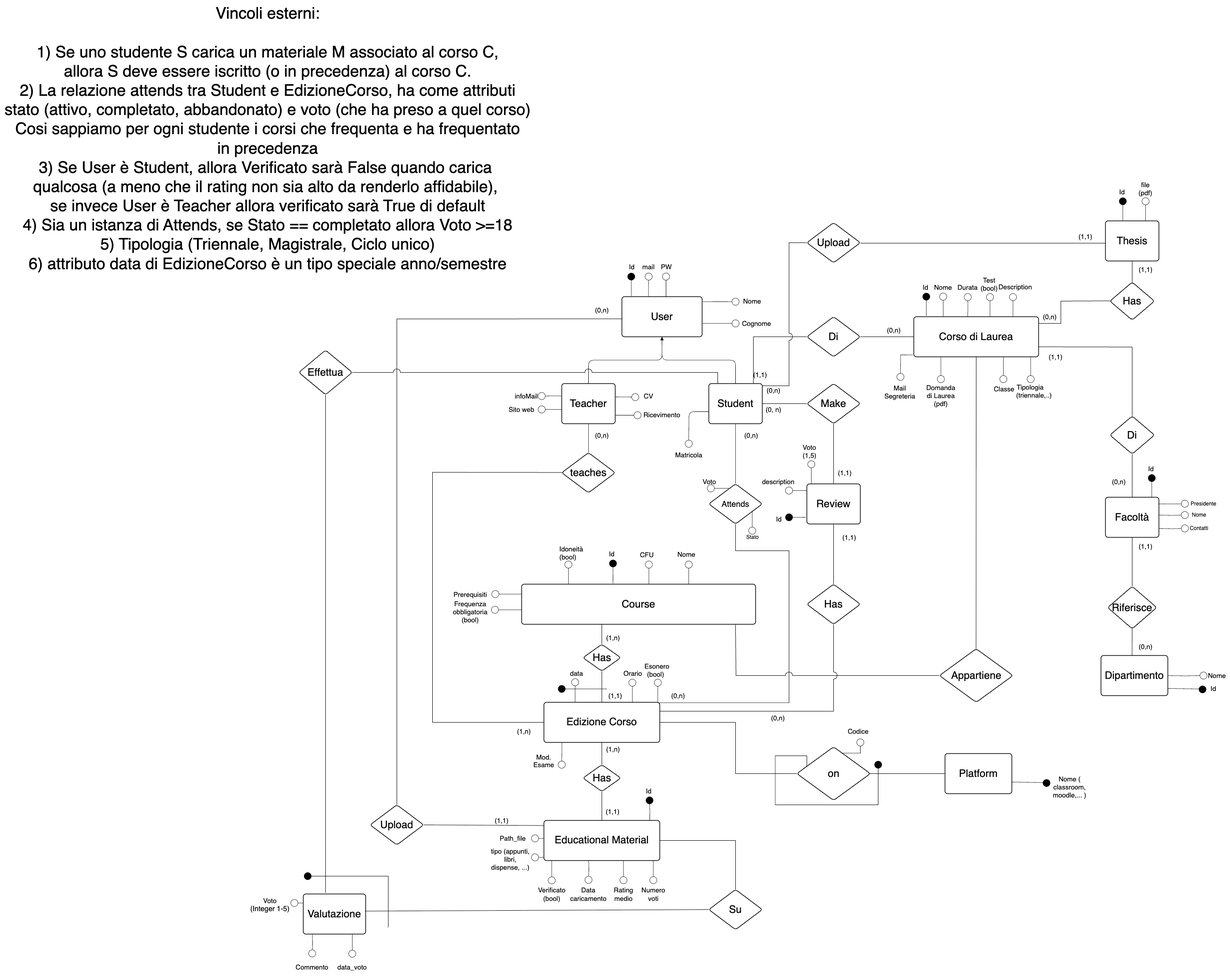
This is db/ER_FAQBuddy.drawio.png from prollyyes/faqbuddy, a draw.io export, as it was before one commit. Source tidied: cells renumbered, new cells last; positions are measured from the earlier drawing's top-left corner, leaving out a move shared by most shapes.
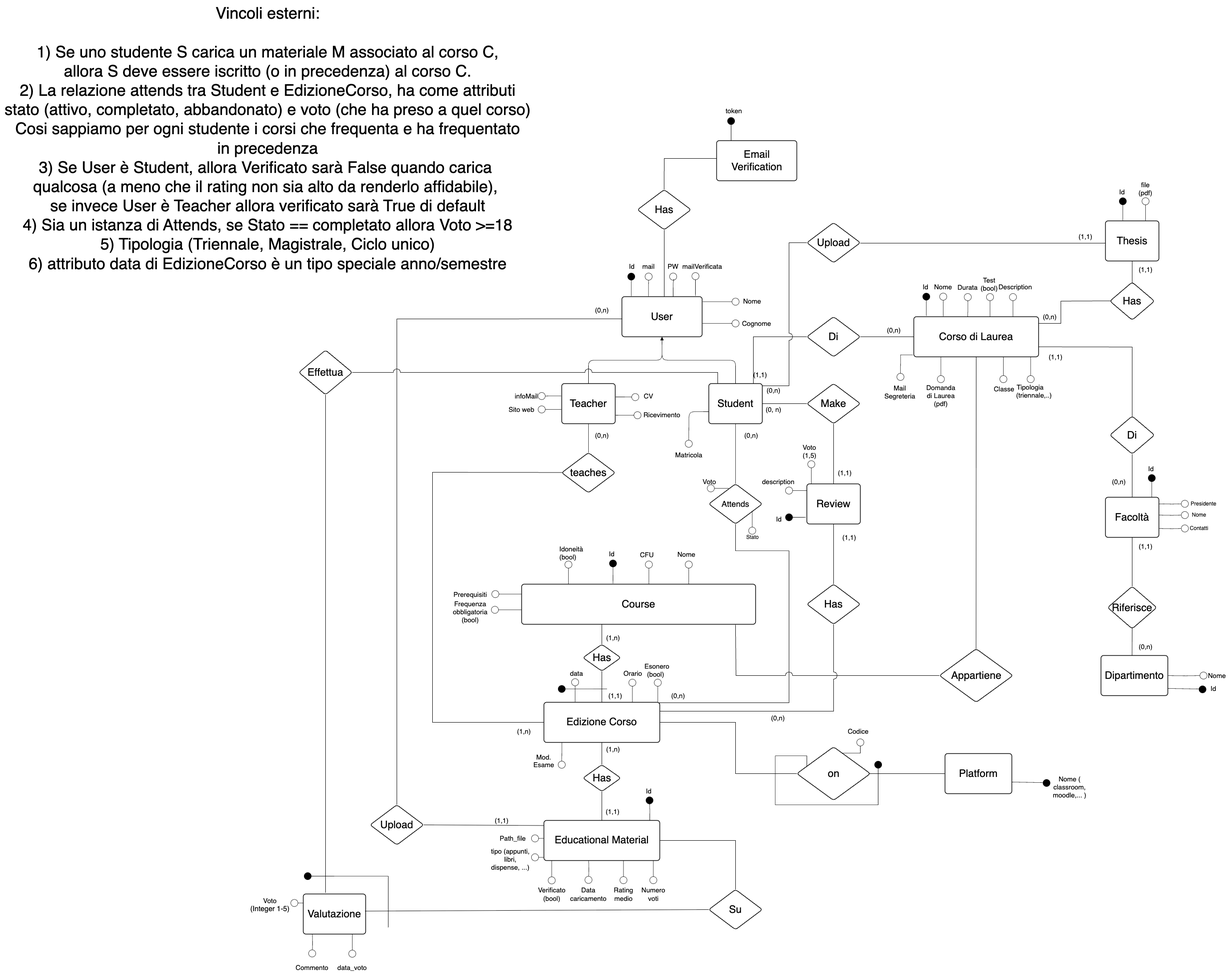
Above is the later version.

Commit message:
new schema to handle email verification

Diff of the diagram source:
```diff
@@ -23,9 +23,16 @@
         </Array>
       </mxGeometry>
     </mxCell>
-    <mxCell id="5" style="html=1;jettySize=18;whiteSpace=wrap;fontSize=13;strokeOpacity=100;strokeWidth=0.8;rounded=1;arcSize=24;edgeStyle=orthogonalEdgeStyle;startArrow=none;endArrow=oval;endFill=0;endSize=16;exitX=0.55;exitY=0;exitPerimeter=0;entryX=0.4;entryY=1;entryPerimeter=0;lucidId=c1bqEX3ZeHG9;" parent="1" edge="1" source="2">
+    <mxCell id="5" style="html=1;jettySize=18;whiteSpace=wrap;fontSize=13;strokeOpacity=100;strokeWidth=0.8;rounded=1;arcSize=24;edgeStyle=orthogonalEdgeStyle;startArrow=none;endArrow=oval;endFill=0;endSize=16;exitX=0.55;exitY=0;exitPerimeter=0;entryX=0.4;entryY=1;entryPerimeter=0;lucidId=c1bqEX3ZeHG9;" parent="1" edge="1">
       <mxGeometry relative="1" as="geometry">
-        <mxPoint x="1494" y="620" as="targetPoint" />
+        <mxPoint x="1510" y="665" as="sourcePoint" />
+        <mxPoint x="1510" y="620" as="targetPoint" />
+        <Array as="points">
+          <mxPoint x="1510" y="635" />
+          <mxPoint x="1511" y="635" />
+          <mxPoint x="1511" y="625" />
+          <mxPoint x="1510" y="625" />
+        </Array>
       </mxGeometry>
     </mxCell>
     <mxCell id="6" style="html=1;jettySize=18;whiteSpace=wrap;fontSize=13;strokeOpacity=100;strokeWidth=0.8;rounded=1;arcSize=24;edgeStyle=orthogonalEdgeStyle;startArrow=none;endArrow=oval;endFill=0;endSize=16;exitX=1.006;exitY=0.126;exitPerimeter=0;entryX=0;entryY=0.377;entryPerimeter=0;lucidId=N1bqKRTn9HOF;" parent="1" edge="1" source="2">
@@ -180,7 +187,7 @@
       <mxGeometry x="1440" y="587.5" width="30" height="20" as="geometry" />
     </mxCell>
     <mxCell id="38" value="PW" style="html=1;overflow=block;blockSpacing=1;whiteSpace=wrap;fontSize=15;align=center;spacing=0;strokeOpacity=100;rounded=1;absoluteArcSize=1;arcSize=12;strokeWidth=1.5;lucidId=m1bqlLSydU8O;strokeColor=none;" parent="1" vertex="1">
-      <mxGeometry x="1470" y="585" width="50" height="25" as="geometry" />
+      <mxGeometry x="1490" y="585" width="40" height="25" as="geometry" />
     </mxCell>
     <mxCell id="39" value="infoMail" style="html=1;overflow=block;blockSpacing=1;whiteSpace=wrap;fontSize=15;align=center;spacing=0;strokeOpacity=100;rounded=1;absoluteArcSize=1;arcSize=12;strokeWidth=1.5;lucidId=77bqSSzCinaC;strokeColor=none;" parent="1" vertex="1">
       <mxGeometry x="1155" y="873" width="30" height="30" as="geometry" />
@@ -903,5 +910,52 @@
         </Array>
       </mxGeometry>
     </mxCell>
+    <mxCell id="202" style="html=1;jettySize=18;whiteSpace=wrap;fontSize=13;strokeOpacity=100;strokeWidth=0.8;rounded=0;arcSize=24;edgeStyle=orthogonalEdgeStyle;startArrow=none;endArrow=oval;endFill=0;endSize=16;exitX=0.331;exitY=-0.012;exitPerimeter=0;lucidId=W0bqhnAk41Ox;curved=0;" parent="1" edge="1">
+      <mxGeometry relative="1" as="geometry">
+        <mxPoint x="1560" y="663" as="sourcePoint" />
+        <mxPoint x="1560" y="619" as="targetPoint" />
+        <Array as="points">
+          <mxPoint x="1560" y="642" />
+          <mxPoint x="1560" y="642" />
+        </Array>
+      </mxGeometry>
+    </mxCell>
+    <mxCell id="203" value="&lt;font style=&quot;font-size: 15px;&quot;&gt;mailVerificata&lt;/font&gt;" style="text;html=1;align=center;verticalAlign=middle;strokeColor=none;fillColor=none;" parent="1" vertex="1">
+      <mxGeometry x="1520" y="582.5" width="110" height="30" as="geometry" />
+    </mxCell>
+    <mxCell id="204" style="endArrow=none;html=1;rounded=0;exitX=0.5;exitY=0;exitDx=0;exitDy=0;" parent="1" edge="1">
+      <mxGeometry relative="1" as="geometry">
+        <mxPoint x="1490" y="665" as="sourcePoint" />
+        <mxPoint x="1490" y="515" as="targetPoint" />
+      </mxGeometry>
+    </mxCell>
+    <mxCell id="205" value="Has" style="html=1;overflow=block;blockSpacing=1;whiteSpace=wrap;rhombus;fontSize=23.3;align=center;spacing=3.8;strokeOpacity=100;rounded=1;absoluteArcSize=1;arcSize=12;strokeWidth=1.5;lucidId=AdcqgH3HJnOO;" parent="1" vertex="1">
+      <mxGeometry x="1430" y="425" width="120" height="90" as="geometry" />
+    </mxCell>
+    <mxCell id="206" style="endArrow=none;html=1;rounded=0;exitX=0.5;exitY=0;exitDx=0;exitDy=0;" parent="1" edge="1">
+      <mxGeometry relative="1" as="geometry">
+        <mxPoint x="1489.7" y="425" as="sourcePoint" />
+        <mxPoint x="1610" y="355" as="targetPoint" />
+        <Array as="points">
+          <mxPoint x="1490" y="355" />
+        </Array>
+      </mxGeometry>
+    </mxCell>
+    <mxCell id="207" value="Email&lt;div&gt;Verification&lt;/div&gt;" style="html=1;overflow=block;blockSpacing=1;whiteSpace=wrap;fontSize=23.3;align=center;spacing=9;strokeOpacity=100;rounded=1;absoluteArcSize=1;arcSize=12;strokeWidth=1.5;lucidId=DYbqoZLPmx97;" parent="1" vertex="1">
+      <mxGeometry x="1607.5" y="315" width="180" height="90" as="geometry" />
+    </mxCell>
+    <mxCell id="208" style="html=1;jettySize=18;whiteSpace=wrap;fontSize=13;strokeOpacity=100;strokeWidth=0.8;rounded=0;arcSize=24;edgeStyle=orthogonalEdgeStyle;startArrow=none;endArrow=oval;endFill=1;endSize=16;exitX=0.116;exitY=-0.012;exitPerimeter=0;lucidId=ZZbqbdN.2dBd;curved=0;" parent="1" edge="1">
+      <mxGeometry relative="1" as="geometry">
+        <mxPoint x="1640" y="315" as="sourcePoint" />
+        <mxPoint x="1640" y="271" as="targetPoint" />
+        <Array as="points">
+          <mxPoint x="1640" y="286" />
+          <mxPoint x="1640" y="286" />
+        </Array>
+      </mxGeometry>
+    </mxCell>
+    <mxCell id="209" value="&lt;font style=&quot;font-size: 15px;&quot;&gt;token&lt;/font&gt;" style="text;html=1;align=center;verticalAlign=middle;strokeColor=none;fillColor=none;" parent="1" vertex="1">
+      <mxGeometry x="1615.5" y="233" width="60" height="30" as="geometry" />
+    </mxCell>
   </root>
 </mxGraphModel>
```
